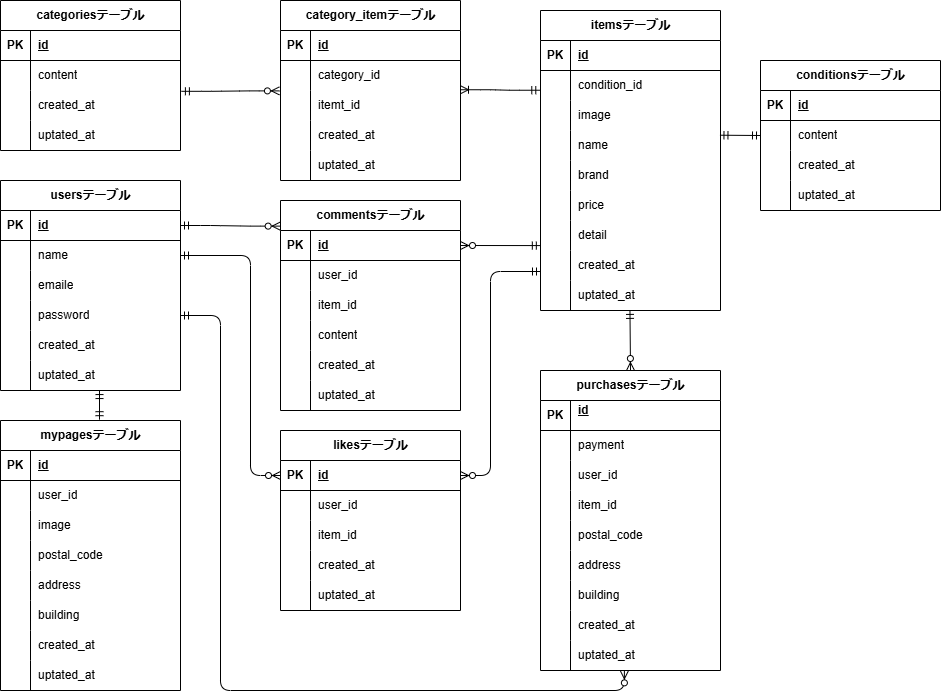
The draw.io diagram ER.drawio.png in manami-neko/manami-furima, before a commit. Source tidied: cells renumbered, new cells last; positions are measured from the earlier drawing's top-left corner, leaving out a move shared by most shapes.
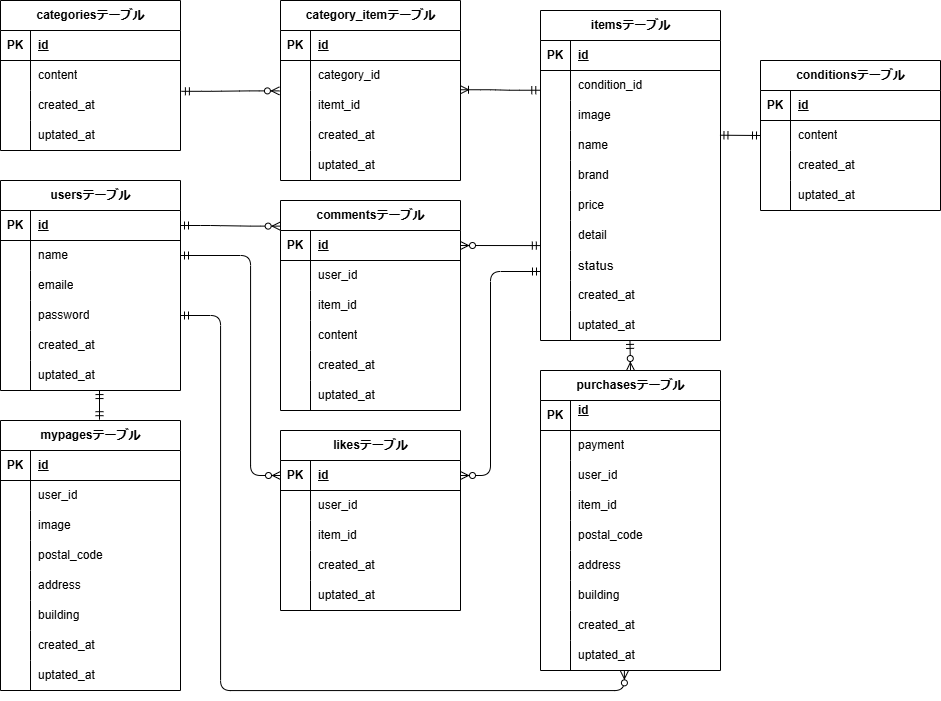
Above is the later version.

What changed in the source:
```diff
@@ -99,7 +99,7 @@
       <mxGeometry x="30" width="150" height="30" as="geometry" />
     </mxCell>
     <mxCell id="34" value="itemsテーブル" style="shape=table;startSize=30;rowLines=0;fontStyle=1;align=center;html=1;" parent="1" vertex="1">
-      <mxGeometry x="540" y="10" width="180" height="300" as="geometry" />
+      <mxGeometry x="540" y="10" width="180" height="330" as="geometry" />
     </mxCell>
     <mxCell id="35" style="shape=tableRow;horizontal=0;startSize=0;swimlaneHead=0;swimlaneBody=0;fillColor=none;top=0;left=0;right=0;bottom=1;" parent="34" vertex="1">
       <mxGeometry y="30" width="180" height="30" as="geometry" />
@@ -164,8 +164,17 @@
     <mxCell id="55" value="&lt;span style=&quot;color: rgb(0, 0, 0);&quot;&gt;detail&lt;/span&gt;" style="shape=partialRectangle;fillColor=none;top=0;left=0;bottom=0;right=0;align=left;spacingLeft=6;overflow=hidden;whiteSpace=wrap;html=1;" parent="53" vertex="1">
       <mxGeometry x="30" width="150" height="30" as="geometry" />
     </mxCell>
+    <mxCell id="190" style="shape=tableRow;horizontal=0;startSize=0;swimlaneHead=0;swimlaneBody=0;fillColor=none;top=0;left=0;right=0;bottom=0;" parent="34" vertex="1">
+      <mxGeometry y="240" width="180" height="30" as="geometry" />
+    </mxCell>
+    <mxCell id="191" style="shape=partialRectangle;fillColor=none;top=0;left=0;bottom=0;right=0;overflow=hidden;whiteSpace=wrap;html=1;" parent="190" vertex="1">
+      <mxGeometry width="30" height="30" as="geometry" />
+    </mxCell>
+    <mxCell id="192" value="&lt;span style=&quot;color: rgb(0, 0, 0); font-size: 10pt; font-family: Arial;&quot;&gt;status&lt;/span&gt;" style="shape=partialRectangle;fillColor=none;top=0;left=0;bottom=0;right=0;align=left;spacingLeft=6;overflow=hidden;whiteSpace=wrap;html=1;" parent="190" vertex="1">
+      <mxGeometry x="30" width="150" height="30" as="geometry" />
+    </mxCell>
     <mxCell id="56" style="shape=tableRow;horizontal=0;startSize=0;swimlaneHead=0;swimlaneBody=0;fillColor=none;top=0;left=0;right=0;bottom=0;" parent="34" vertex="1">
-      <mxGeometry y="240" width="180" height="30" as="geometry" />
+      <mxGeometry y="270" width="180" height="30" as="geometry" />
     </mxCell>
     <mxCell id="57" style="shape=partialRectangle;fillColor=none;top=0;left=0;bottom=0;right=0;overflow=hidden;whiteSpace=wrap;html=1;" parent="56" vertex="1">
       <mxGeometry width="30" height="30" as="geometry" />
@@ -174,7 +183,7 @@
       <mxGeometry x="30" width="150" height="30" as="geometry" />
     </mxCell>
     <mxCell id="59" style="shape=tableRow;horizontal=0;startSize=0;swimlaneHead=0;swimlaneBody=0;fillColor=none;points=[[0,0.5],[1,0.5]];portConstraint=eastwest;top=0;left=0;right=0;bottom=0;" parent="34" vertex="1">
-      <mxGeometry y="270" width="180" height="30" as="geometry" />
+      <mxGeometry y="300" width="180" height="30" as="geometry" />
     </mxCell>
     <mxCell id="60" style="shape=partialRectangle;fillColor=none;top=0;left=0;bottom=0;right=0;overflow=hidden;whiteSpace=wrap;html=1;" parent="59" vertex="1">
       <mxGeometry width="30" height="30" as="geometry" />
```
